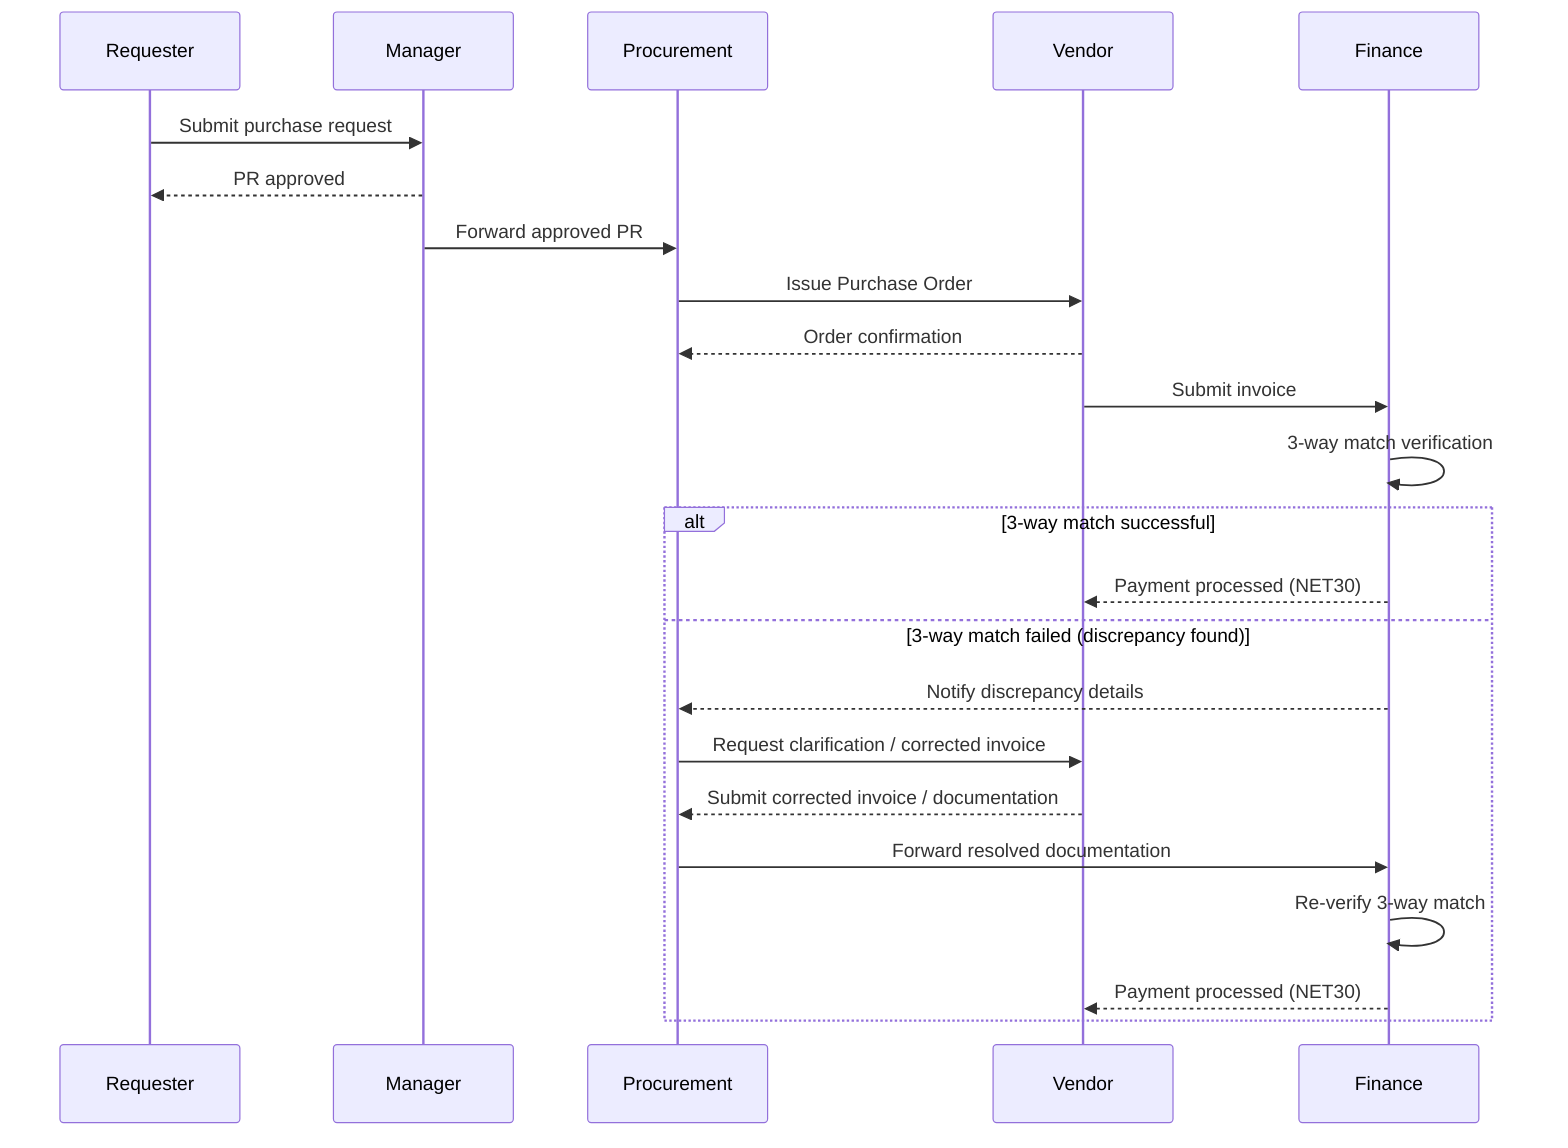
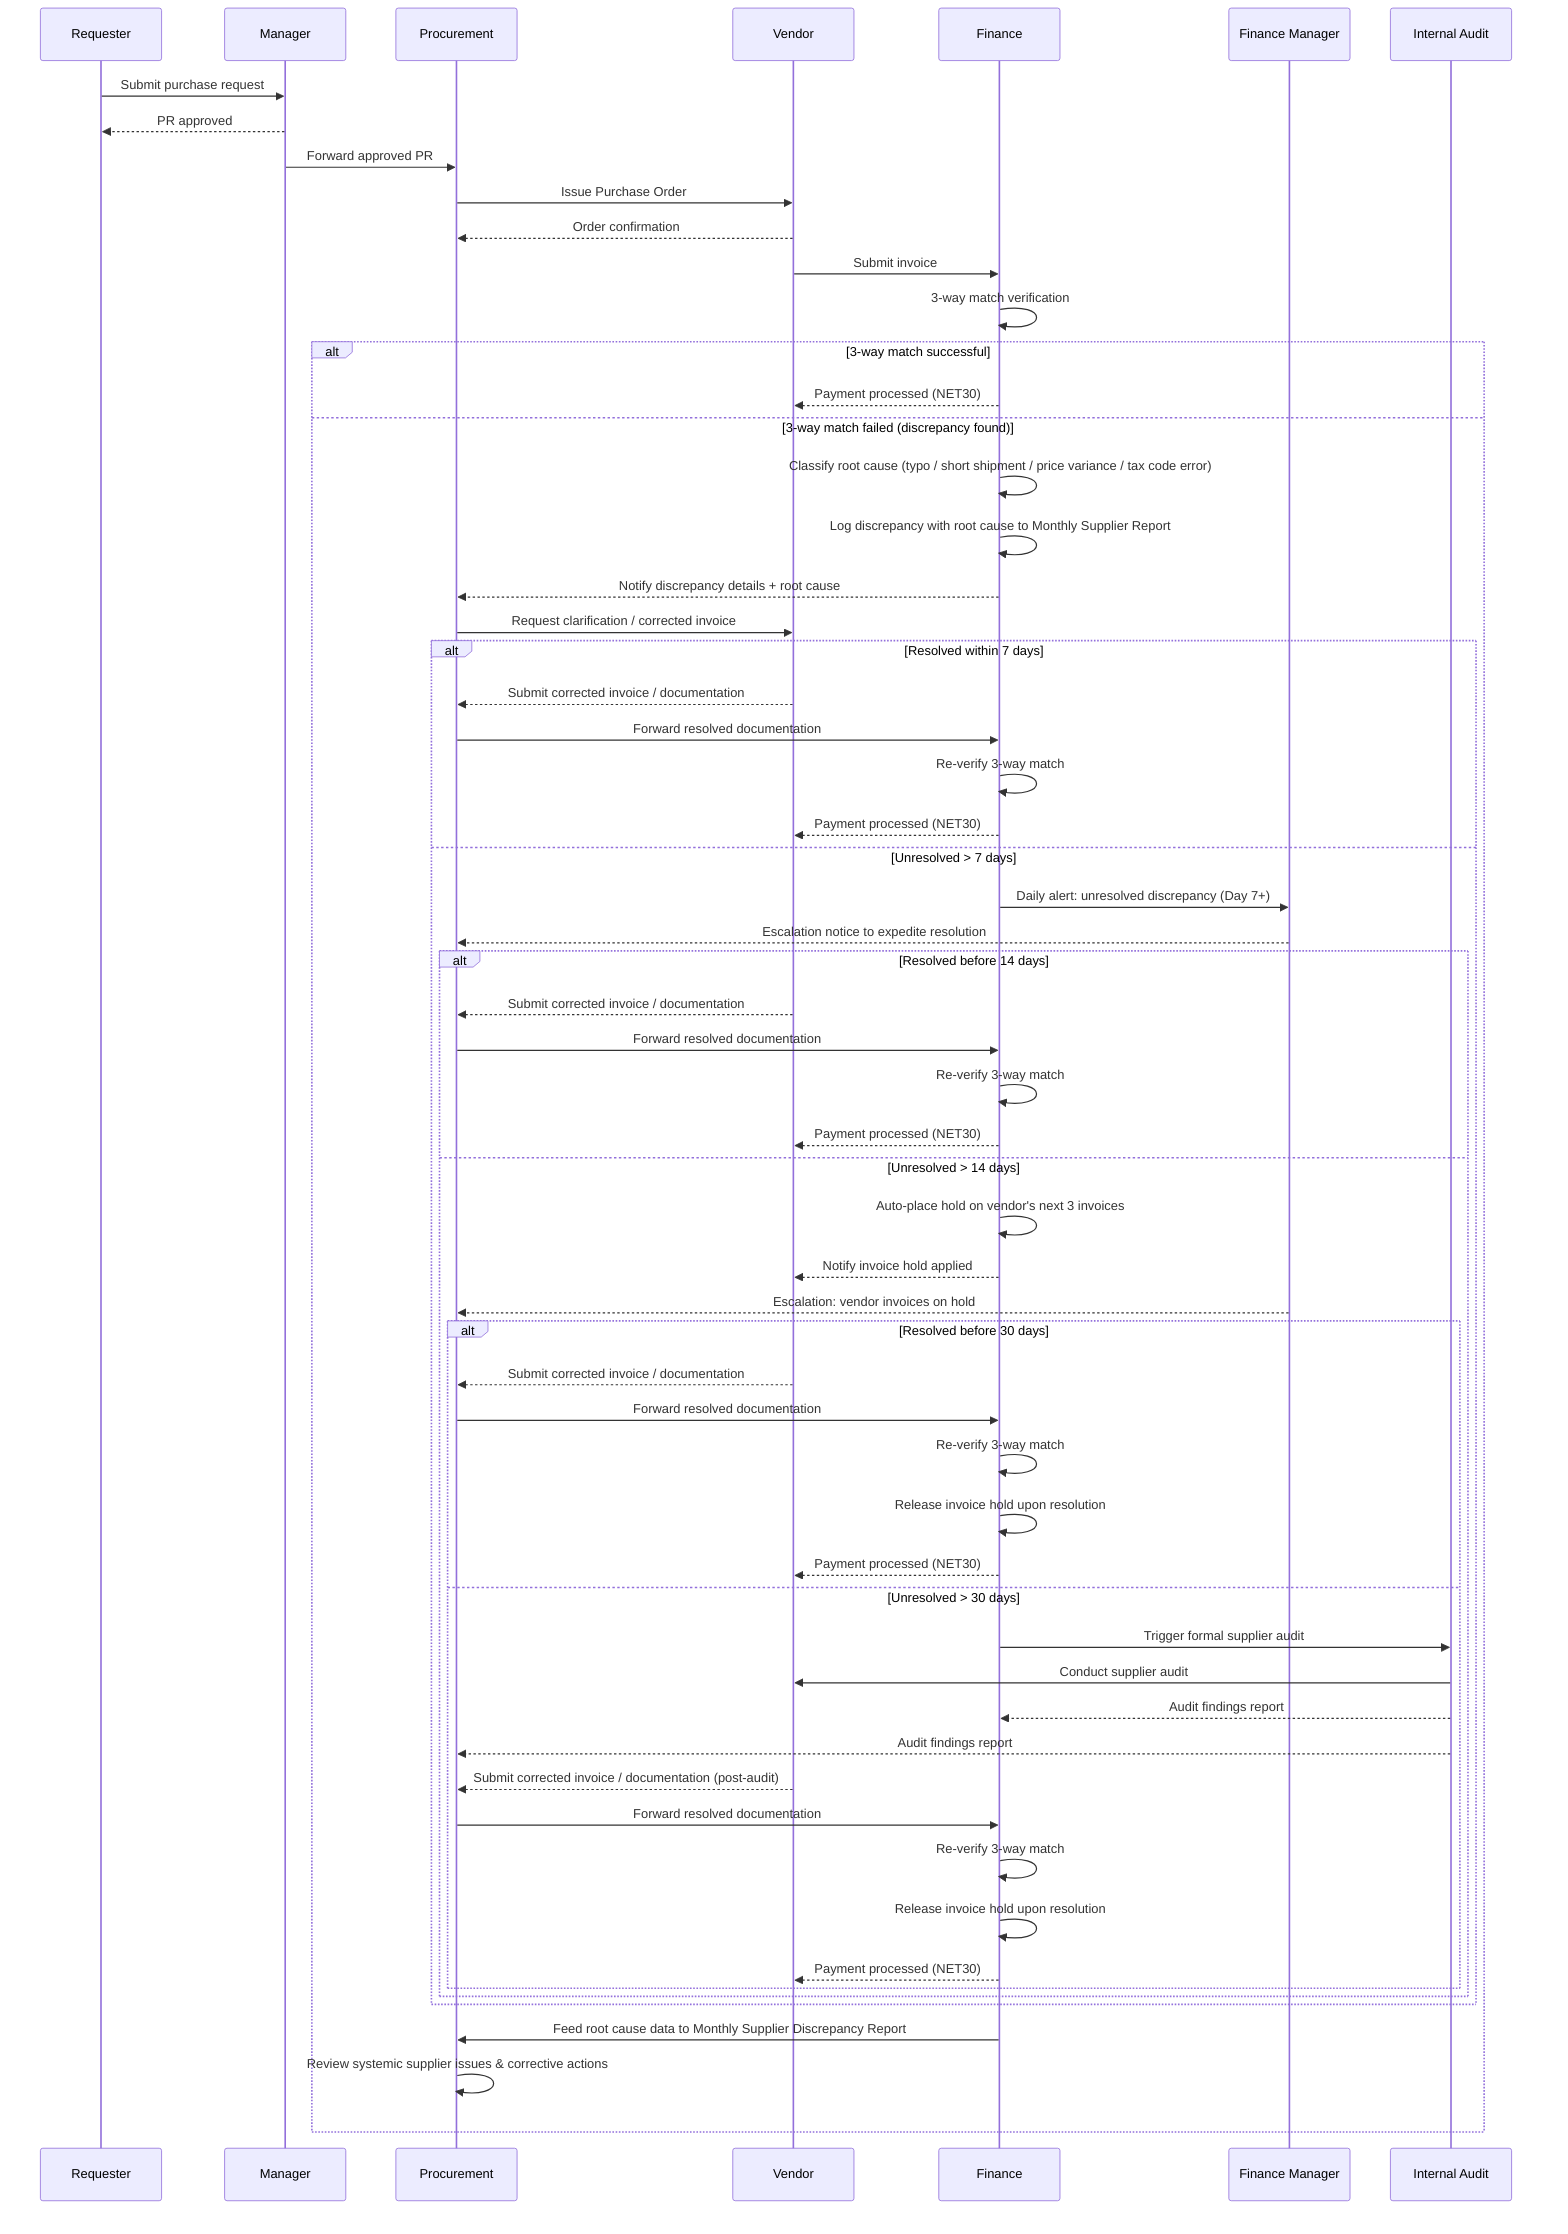
sequenceDiagram
    participant R as Requester
    participant M as Manager
    participant P as Procurement
    participant V as Vendor
    participant F as Finance
+     participant FM as Finance Manager
+     participant IA as Internal Audit

    R->>M: Submit purchase request
    M-->>R: PR approved
    M->>P: Forward approved PR
    P->>V: Issue Purchase Order
    V-->>P: Order confirmation
    V->>F: Submit invoice
    F->>F: 3-way match verification

    %% ⚡ CHANGED SECTION
    alt 3-way match successful
        F-->>V: Payment processed (NET30)
    else 3-way match failed (discrepancy found)
-         F-->>P: Notify discrepancy details
+         F->>F: Classify root cause (typo / short shipment / price variance / tax code error)
+         F->>F: Log discrepancy with root cause to Monthly Supplier Report
+         F-->>P: Notify discrepancy details + root cause
        P->>V: Request clarification / corrected invoice
-         V-->>P: Submit corrected invoice / documentation
-         P->>F: Forward resolved documentation
-         F->>F: Re-verify 3-way match
-         F-->>V: Payment processed (NET30)
+ 
+         alt Resolved within 7 days
+             V-->>P: Submit corrected invoice / documentation
+             P->>F: Forward resolved documentation
+             F->>F: Re-verify 3-way match
+             F-->>V: Payment processed (NET30)
+         else Unresolved > 7 days
+             F->>FM: Daily alert: unresolved discrepancy (Day 7+)
+             FM-->>P: Escalation notice to expedite resolution
+ 
+             alt Resolved before 14 days
+                 V-->>P: Submit corrected invoice / documentation
+                 P->>F: Forward resolved documentation
+                 F->>F: Re-verify 3-way match
+                 F-->>V: Payment processed (NET30)
+             else Unresolved > 14 days
+                 F->>F: Auto-place hold on vendor's next 3 invoices
+                 F-->>V: Notify invoice hold applied
+                 FM-->>P: Escalation: vendor invoices on hold
+ 
+                 alt Resolved before 30 days
+                     V-->>P: Submit corrected invoice / documentation
+                     P->>F: Forward resolved documentation
+                     F->>F: Re-verify 3-way match
+                     F->>F: Release invoice hold upon resolution
+                     F-->>V: Payment processed (NET30)
+                 else Unresolved > 30 days
+                     F->>IA: Trigger formal supplier audit
+                     IA->>V: Conduct supplier audit
+                     IA-->>F: Audit findings report
+                     IA-->>P: Audit findings report
+                     V-->>P: Submit corrected invoice / documentation (post-audit)
+                     P->>F: Forward resolved documentation
+                     F->>F: Re-verify 3-way match
+                     F->>F: Release invoice hold upon resolution
+                     F-->>V: Payment processed (NET30)
+                 end
+             end
+         end
+ 
+         F->>P: Feed root cause data to Monthly Supplier Discrepancy Report
+         P->>P: Review systemic supplier issues & corrective actions
    end
    %% ⚡ END CHANGED SECTION

%% EXPLANATION:
- %% Added an alt/else block after the 3-way match verification step. The happy path (match successful) proceeds directly to payment. The discrepancy path notifies Procurement, who coordinates with the Vendor to obtain a corrected invoice or supporting documentation, which is then forwarded back to Finance for re-verification before payment is released.+ %% Added Finance Manager (FM) and Internal Audit (IA) as participants. Restructured the discrepancy path into nested time-based escalation tiers: daily FM alerts after 7 days, automatic hold on vendor's next 3 invoices after 14 days, and a formal supplier audit trigger after 30 days. At each tier, resolution can still occur and releases any holds. Added root cause classification (typo, short shipment, price variance, tax code error) immediately upon discrepancy detection, with the data feeding into a monthly supplier discrepancy report for Procurement to review and address systemic issues.